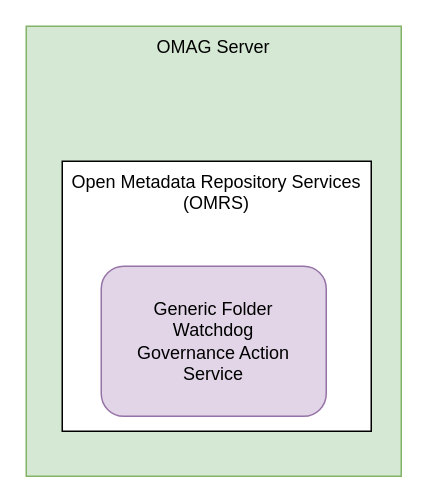
Before: page "audit-log-destination-connector" (16 of 17) of site/docs/connectors/connector-catalog.drawio in odpi/egeria-docs, a draw.io diagram. Source tidied: cells renumbered, new cells numbered last; positions are measured from the earlier drawing's top-left corner, leaving out a move shared by most shapes. Both pictures are drawn from the tidied source at 150%, with x=0, y=0 at pixel (26, 26).
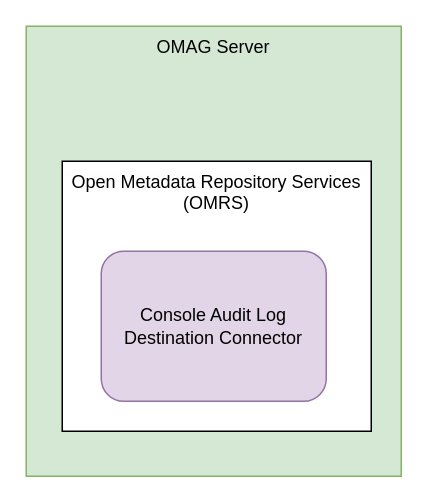
After the change.

Diff of the diagram source:
```diff
@@
 <mxGraphModel>
   <root>
     <mxCell id="0" />
     <mxCell id="1" parent="0" />
     <mxCell id="2" value="OMAG Server" style="rounded=0;whiteSpace=wrap;html=1;verticalAlign=top;fillColor=#d5e8d4;strokeColor=#82b366;" parent="1" vertex="1">
       <mxGeometry width="250" height="300" as="geometry" />
     </mxCell>
     <mxCell id="3" value="Open Metadata Repository Services (OMRS)" style="rounded=0;whiteSpace=wrap;html=1;verticalAlign=top;" parent="1" vertex="1">
       <mxGeometry x="24" y="90" width="206" height="180" as="geometry" />
     </mxCell>
-    <mxCell id="4" value="Generic Folder&lt;br&gt;Watchdog&lt;br&gt;Governance Action&lt;br&gt;Service" style="rounded=1;whiteSpace=wrap;html=1;fillColor=#e1d5e7;strokeColor=#9673a6;" parent="1" vertex="1">
-      <mxGeometry x="50" y="160" width="150" height="100" as="geometry" />
+    <mxCell id="4" value="Console Audit Log Destination Connector" style="rounded=1;whiteSpace=wrap;html=1;fillColor=#e1d5e7;strokeColor=#9673a6;" parent="1" vertex="1">
+      <mxGeometry x="50" y="150" width="150" height="100" as="geometry" />
     </mxCell>
   </root>
 </mxGraphModel>
```
